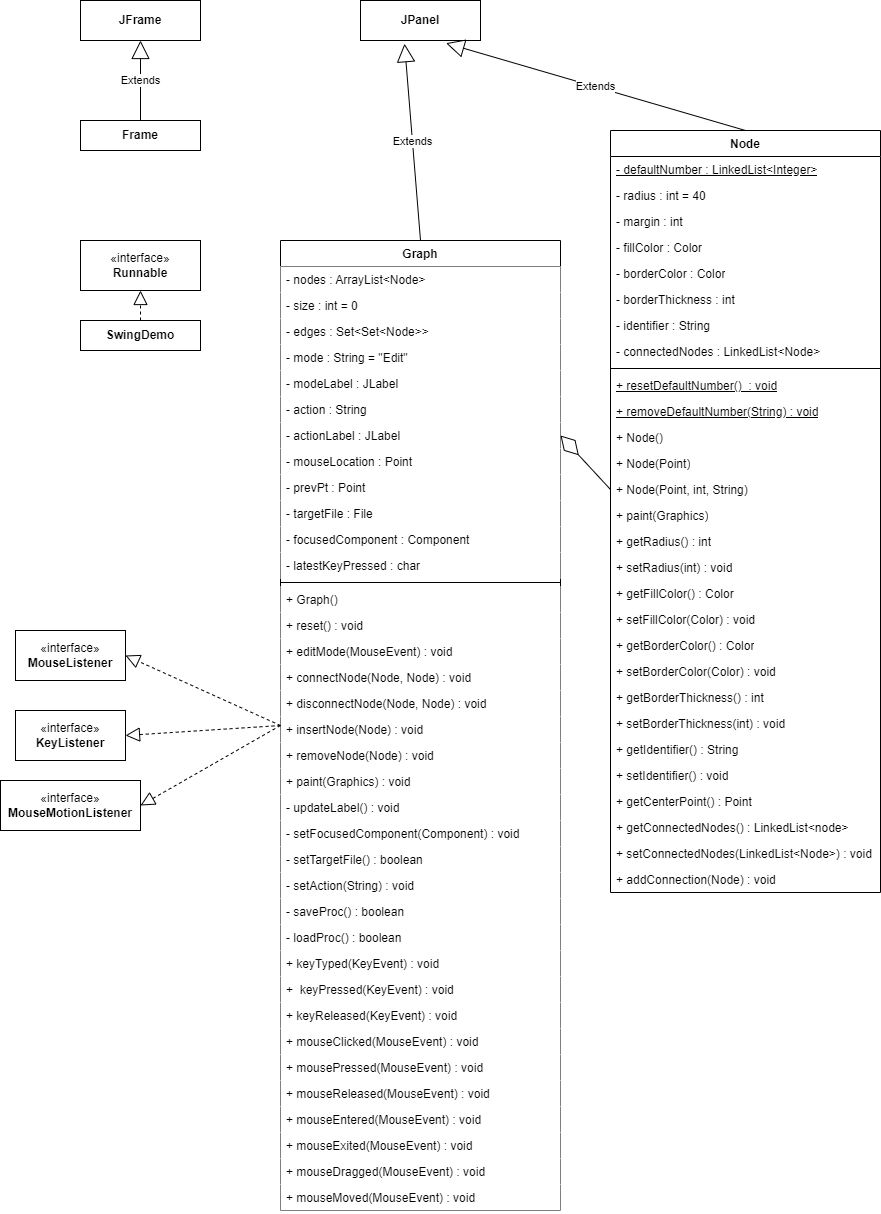
The draw.io diagram assets/GUI.drawio.png in Ezo-Tanuki/Graph-GUI, before a commit. Source tidied: cells renumbered, new cells last; positions are measured from the earlier drawing's top-left corner, leaving out a move shared by most shapes.
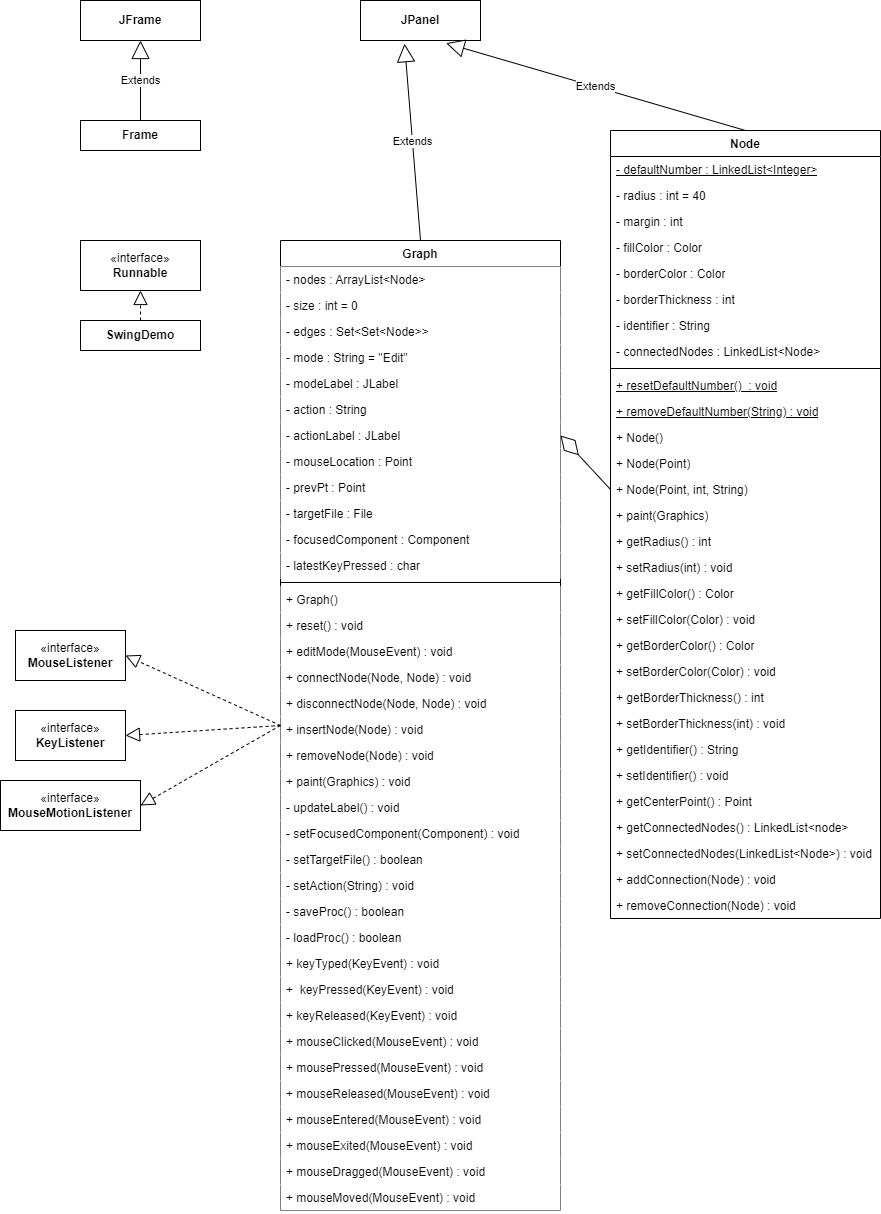
The same diagram one commit later.

Change to the diagram source:
```diff
@@ -117,7 +117,7 @@
       <mxGeometry y="944" width="280" height="26" as="geometry" />
     </mxCell>
     <mxCell id="40" value="Node" style="swimlane;fontStyle=1;align=center;verticalAlign=top;horizontal=1;startSize=26;whiteSpace=wrap;html=1;strokeColor=default;fillColor=default;swimlaneFillColor=default;" parent="1" vertex="1">
-      <mxGeometry x="610" y="130" width="270" height="762" as="geometry" />
+      <mxGeometry x="610" y="130" width="270" height="788" as="geometry" />
     </mxCell>
     <mxCell id="41" value="- defaultNumber : LinkedList&amp;lt;Integer&amp;gt;" style="text;strokeColor=none;fillColor=none;align=left;verticalAlign=top;spacingLeft=4;spacingRight=4;overflow=hidden;whiteSpace=wrap;html=1;fontStyle=4;" parent="40" vertex="1">
       <mxGeometry y="26" width="270" height="26" as="geometry" />
@@ -206,6 +206,9 @@
     <mxCell id="69" value="+ addConnection(Node) : void" style="text;strokeColor=none;fillColor=none;align=left;verticalAlign=top;spacingLeft=4;spacingRight=4;overflow=hidden;whiteSpace=wrap;html=1;" parent="40" vertex="1">
       <mxGeometry y="736" width="270" height="26" as="geometry" />
     </mxCell>
+    <mxCell id="86" value="+ removeConnection(Node) : void" style="text;strokeColor=none;fillColor=none;align=left;verticalAlign=top;spacingLeft=4;spacingRight=4;overflow=hidden;whiteSpace=wrap;html=1;" parent="40" vertex="1">
+      <mxGeometry y="762" width="270" height="26" as="geometry" />
+    </mxCell>
     <mxCell id="70" style="endArrow=diamondThin;endFill=0;endSize=24;html=1;rounded=0;entryX=1;entryY=0.5;entryDx=0;entryDy=0;exitX=0;exitY=0.5;exitDx=0;exitDy=0;" parent="1" edge="1" source="54" target="9">
       <mxGeometry relative="1" as="geometry" />
     </mxCell>
```
